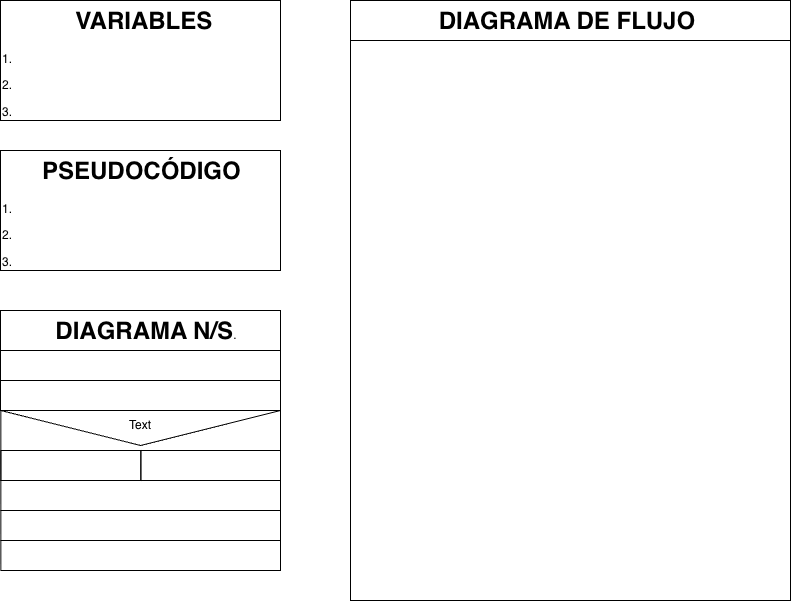
josecontrerasu-bit/jicu keeps this draw.io diagram as Estructuras Selectivas/ejercicio_03_JoseIgnacio.drawio.png. Above is the earlier version. Source tidied: cells renumbered, new cells last; positions are measured from the earlier drawing's top-left corner, leaving out a move shared by most shapes.
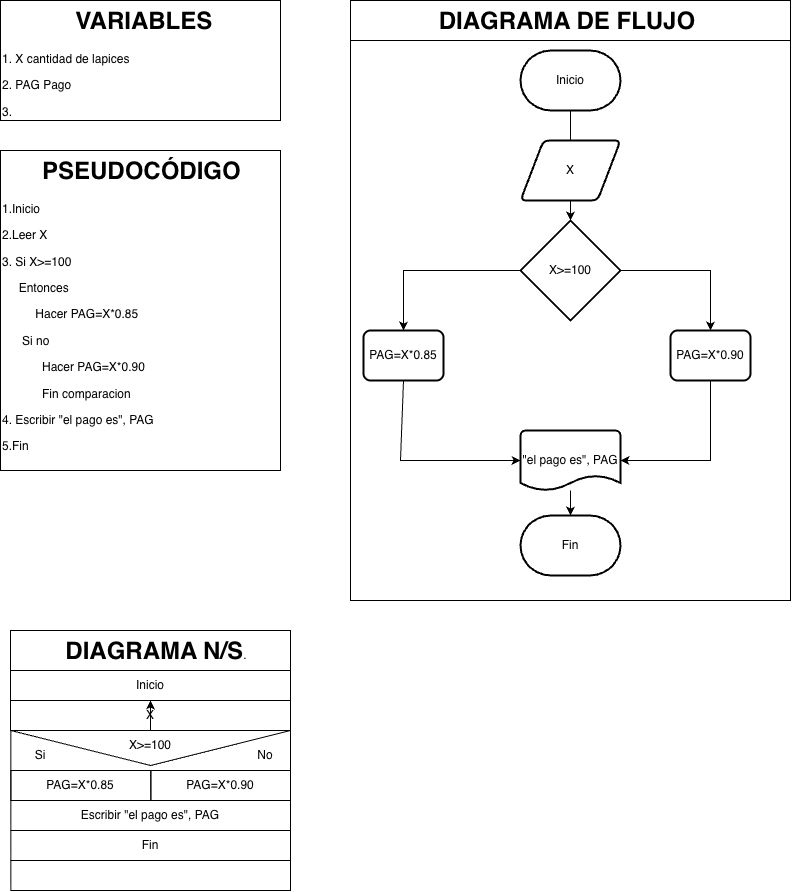
Later version of the same file.

The edit, as a diff of the source:
```diff
@@ -3,40 +3,43 @@
     <mxCell id="0" />
     <mxCell id="1" parent="0" />
     <mxCell id="2" style="shape=message;html=1;html=1;labelPosition=center;verticalLabelPosition=bottom;align=center;verticalAlign=top;rotation=0;fillColor=none;" parent="1" vertex="1">
-      <mxGeometry x="0.3" y="410" width="279.6" height="70" as="geometry" />
+      <mxGeometry x="10.4" y="730" width="279.6" height="70" as="geometry" />
     </mxCell>
-    <mxCell id="3" value="&lt;h1 style=&quot;text-align: center; margin-top: 0px;&quot;&gt;&amp;nbsp; &amp;nbsp; &amp;nbsp; PSEUDOCÓDIGO&lt;/h1&gt;&lt;p&gt;1.&lt;/p&gt;&lt;p&gt;2.&lt;/p&gt;&lt;p&gt;3.&lt;/p&gt;&lt;p&gt;4.&lt;/p&gt;&lt;p&gt;5.&lt;/p&gt;&lt;p&gt;&lt;br&gt;&lt;/p&gt;" style="text;html=1;whiteSpace=wrap;overflow=hidden;rounded=0;perimeterSpacing=1;strokeColor=default;" parent="1" vertex="1">
-      <mxGeometry y="150" width="280" height="120" as="geometry" />
+    <mxCell id="3" value="&lt;h1 style=&quot;text-align: center; margin-top: 0px;&quot;&gt;&amp;nbsp; &amp;nbsp; &amp;nbsp; PSEUDOCÓDIGO&lt;/h1&gt;&lt;p&gt;1.Inicio&lt;/p&gt;&lt;p&gt;2.Leer X&lt;/p&gt;&lt;p&gt;3. Si X&amp;gt;=100&lt;/p&gt;&lt;p&gt;&amp;nbsp; &amp;nbsp; &amp;nbsp;Entonces&amp;nbsp;&lt;/p&gt;&lt;p&gt;&amp;nbsp; &amp;nbsp; &amp;nbsp; &amp;nbsp; &amp;nbsp; Hacer PAG=X*0.85&lt;/p&gt;&lt;p&gt;&amp;nbsp; &amp;nbsp; &amp;nbsp; Si no&lt;/p&gt;&lt;p&gt;&amp;nbsp; &amp;nbsp; &amp;nbsp; &amp;nbsp; &amp;nbsp; &amp;nbsp; Hacer PAG=X*0.90&lt;/p&gt;&lt;p&gt;&amp;nbsp; &amp;nbsp; &amp;nbsp; &amp;nbsp; &amp;nbsp; &amp;nbsp; Fin comparacion&lt;/p&gt;&lt;p&gt;4. Escribir &quot;el pago es&quot;, PAG&lt;/p&gt;&lt;p&gt;5.Fin&lt;/p&gt;&lt;p&gt;&lt;br&gt;&lt;/p&gt;&lt;p&gt;3.&lt;/p&gt;&lt;p&gt;4.&lt;/p&gt;&lt;p&gt;5.&lt;/p&gt;&lt;p&gt;&lt;br&gt;&lt;/p&gt;" style="text;html=1;whiteSpace=wrap;overflow=hidden;rounded=0;perimeterSpacing=1;strokeColor=default;" parent="1" vertex="1">
+      <mxGeometry y="150" width="280" height="320" as="geometry" />
     </mxCell>
-    <mxCell id="4" value="&lt;h1 style=&quot;text-align: center; margin-top: 0px;&quot;&gt;&amp;nbsp; &amp;nbsp; &amp;nbsp; &amp;nbsp; &amp;nbsp; &amp;nbsp;VARIABLES&lt;/h1&gt;&lt;p&gt;1.&lt;/p&gt;&lt;p&gt;2.&lt;/p&gt;&lt;p&gt;3.&lt;/p&gt;&lt;p&gt;4.&lt;/p&gt;&lt;p&gt;5.&lt;/p&gt;&lt;p&gt;&lt;br&gt;&lt;/p&gt;" style="text;html=1;whiteSpace=wrap;overflow=hidden;rounded=0;perimeterSpacing=1;strokeColor=default;" parent="1" vertex="1">
+    <mxCell id="4" value="&lt;h1 style=&quot;text-align: center; margin-top: 0px;&quot;&gt;&amp;nbsp; &amp;nbsp; &amp;nbsp; &amp;nbsp; &amp;nbsp; &amp;nbsp;VARIABLES&lt;/h1&gt;&lt;p&gt;1. X cantidad de lapices&amp;nbsp;&lt;/p&gt;&lt;p&gt;2. PAG Pago&lt;/p&gt;&lt;p&gt;3.&amp;nbsp;&lt;/p&gt;&lt;p&gt;4.&lt;/p&gt;&lt;p&gt;5.&lt;/p&gt;&lt;p&gt;&lt;br&gt;&lt;/p&gt;" style="text;html=1;whiteSpace=wrap;overflow=hidden;rounded=0;perimeterSpacing=1;strokeColor=default;" parent="1" vertex="1">
       <mxGeometry width="280" height="120" as="geometry" />
     </mxCell>
     <mxCell id="5" value="&lt;h1 style=&quot;text-align: center; margin-top: 0px;&quot;&gt;&amp;nbsp; &amp;nbsp; &amp;nbsp; &amp;nbsp; DIAGRAMA N/S&lt;span style=&quot;background-color: transparent; color: light-dark(rgb(0, 0, 0), rgb(255, 255, 255)); font-size: 12px; font-weight: normal; text-align: left;&quot;&gt;.&lt;/span&gt;&lt;/h1&gt;&lt;p&gt;&lt;br&gt;&lt;/p&gt;" style="text;html=1;whiteSpace=wrap;overflow=hidden;rounded=0;perimeterSpacing=1;strokeColor=default;" parent="1" vertex="1">
-      <mxGeometry y="310" width="280" height="40" as="geometry" />
+      <mxGeometry x="10" y="630" width="280" height="40" as="geometry" />
     </mxCell>
-    <mxCell id="6" style="rounded=0;whiteSpace=wrap;html=1;fillColor=none;" parent="1" vertex="1">
-      <mxGeometry y="350" width="280" height="30" as="geometry" />
+    <mxCell id="6" value="Inicio" style="rounded=0;whiteSpace=wrap;html=1;fillColor=none;" parent="1" vertex="1">
+      <mxGeometry x="10" y="670" width="280" height="30" as="geometry" />
     </mxCell>
-    <mxCell id="7" style="rounded=0;whiteSpace=wrap;html=1;fillColor=none;" parent="1" vertex="1">
-      <mxGeometry y="380" width="280" height="30" as="geometry" />
+    <mxCell id="7" value="X" style="rounded=0;whiteSpace=wrap;html=1;fillColor=none;" parent="1" vertex="1">
+      <mxGeometry x="10" y="700" width="280" height="30" as="geometry" />
     </mxCell>
-    <mxCell id="8" style="rounded=0;whiteSpace=wrap;html=1;fillColor=none;" parent="1" vertex="1">
-      <mxGeometry x="0.3" y="480" width="279.6" height="30" as="geometry" />
+    <mxCell id="8" value="&lt;span style=&quot;text-align: left;&quot;&gt;Escribir &quot;el pago es&quot;, PAG&lt;/span&gt;" style="rounded=0;whiteSpace=wrap;html=1;fillColor=none;" parent="1" vertex="1">
+      <mxGeometry x="10.4" y="800" width="279.6" height="30" as="geometry" />
     </mxCell>
-    <mxCell id="9" style="rounded=0;whiteSpace=wrap;html=1;fillColor=none;" parent="1" vertex="1">
-      <mxGeometry x="0.3" y="510" width="279.6" height="30" as="geometry" />
+    <mxCell id="9" value="Fin" style="rounded=0;whiteSpace=wrap;html=1;fillColor=none;" parent="1" vertex="1">
+      <mxGeometry x="10.4" y="830" width="279.6" height="30" as="geometry" />
     </mxCell>
     <mxCell id="10" style="rounded=0;whiteSpace=wrap;html=1;fillColor=none;" parent="1" vertex="1">
-      <mxGeometry x="0.3" y="540" width="279.6" height="30" as="geometry" />
+      <mxGeometry x="10.4" y="860" width="279.6" height="30" as="geometry" />
     </mxCell>
-    <mxCell id="11" style="rounded=0;whiteSpace=wrap;html=1;fillColor=none;" parent="1" vertex="1">
-      <mxGeometry x="0.4" y="450" width="140" height="30" as="geometry" />
+    <mxCell id="11" value="&lt;span style=&quot;text-align: left;&quot;&gt;PAG=X*0.85&lt;/span&gt;" style="rounded=0;whiteSpace=wrap;html=1;fillColor=none;" parent="1" vertex="1">
+      <mxGeometry x="10.4" y="770" width="140" height="30" as="geometry" />
     </mxCell>
-    <mxCell id="12" style="rounded=0;whiteSpace=wrap;html=1;fillColor=none;" parent="1" vertex="1">
-      <mxGeometry x="140.3" y="450" width="139.7" height="30" as="geometry" />
+    <mxCell id="12" value="&lt;span style=&quot;text-align: left;&quot;&gt;PAG=X*0.90&lt;/span&gt;" style="rounded=0;whiteSpace=wrap;html=1;fillColor=none;" parent="1" vertex="1">
+      <mxGeometry x="150.3" y="770" width="139.7" height="30" as="geometry" />
     </mxCell>
+    <mxCell id="16" style="edgeStyle=orthogonalEdgeStyle;rounded=0;jettySize=auto;html=1;" parent="1" edge="1" source="13" target="6">
+      <mxGeometry relative="1" as="geometry" />
+    </mxCell>
-    <mxCell id="13" value="Text" style="text;html=1;whiteSpace=wrap;strokeColor=none;fillColor=none;align=center;verticalAlign=middle;rounded=0;" parent="1" vertex="1">
-      <mxGeometry x="115" y="410" width="50" height="30" as="geometry" />
+    <mxCell id="13" value="X&amp;gt;=100" style="text;html=1;whiteSpace=wrap;strokeColor=none;fillColor=none;align=center;verticalAlign=middle;rounded=0;" parent="1" vertex="1">
+      <mxGeometry x="115" y="730" width="70" height="30" as="geometry" />
     </mxCell>
     <mxCell id="14" value="&lt;h1 style=&quot;text-align: center; margin-top: 0px;&quot;&gt;&amp;nbsp; &amp;nbsp; &amp;nbsp; &amp;nbsp; &amp;nbsp; &amp;nbsp; &amp;nbsp;DIAGRAMA DE FLUJO&lt;/h1&gt;&lt;p&gt;&lt;br&gt;&lt;/p&gt;" style="text;html=1;whiteSpace=wrap;overflow=hidden;rounded=0;perimeterSpacing=1;strokeColor=default;" parent="1" vertex="1">
       <mxGeometry x="350" width="440" height="40" as="geometry" />
@@ -44,5 +47,58 @@
     <mxCell id="15" style="rounded=0;whiteSpace=wrap;html=1;fillColor=none;" parent="1" vertex="1">
       <mxGeometry x="350" y="40" width="440" height="560" as="geometry" />
     </mxCell>
+    <mxCell id="17" value="Si" style="text;html=1;whiteSpace=wrap;strokeColor=none;fillColor=none;align=center;verticalAlign=middle;rounded=0;" parent="1" vertex="1">
+      <mxGeometry x="25" y="740" width="30" height="30" as="geometry" />
+    </mxCell>
+    <mxCell id="18" value="No" style="text;html=1;whiteSpace=wrap;strokeColor=none;fillColor=none;align=center;verticalAlign=middle;rounded=0;" parent="1" vertex="1">
+      <mxGeometry x="245" y="740" width="40" height="30" as="geometry" />
+    </mxCell>
+    <mxCell id="19" style="edgeStyle=orthogonalEdgeStyle;rounded=0;jettySize=auto;html=1;" parent="1" edge="1" source="20" target="24">
+      <mxGeometry relative="1" as="geometry" />
+    </mxCell>
+    <mxCell id="20" value="Inicio" style="strokeWidth=2;html=1;shape=mxgraph.flowchart.terminator;whiteSpace=wrap;" parent="1" vertex="1">
+      <mxGeometry x="520" y="50" width="100" height="60" as="geometry" />
+    </mxCell>
+    <mxCell id="21" value="X" style="shape=parallelogram;html=1;strokeWidth=2;perimeter=parallelogramPerimeter;whiteSpace=wrap;rounded=1;arcSize=12;size=0.23;" parent="1" vertex="1">
+      <mxGeometry x="520" y="140" width="100" height="60" as="geometry" />
+    </mxCell>
+    <mxCell id="22" style="edgeStyle=orthogonalEdgeStyle;rounded=0;jettySize=auto;html=1;" parent="1" edge="1" source="24" target="25">
+      <mxGeometry relative="1" as="geometry" />
+    </mxCell>
+    <mxCell id="23" style="edgeStyle=orthogonalEdgeStyle;rounded=0;jettySize=auto;html=1;" parent="1" edge="1" source="24" target="26">
+      <mxGeometry relative="1" as="geometry" />
+    </mxCell>
+    <mxCell id="24" value="X&amp;gt;=100" style="strokeWidth=2;html=1;shape=mxgraph.flowchart.decision;whiteSpace=wrap;" parent="1" vertex="1">
+      <mxGeometry x="520" y="220" width="100" height="100" as="geometry" />
+    </mxCell>
+    <mxCell id="25" value="&lt;span style=&quot;text-align: left;&quot;&gt;PAG=X*0.85&lt;/span&gt;" style="rounded=1;whiteSpace=wrap;html=1;absoluteArcSize=1;arcSize=14;strokeWidth=2;" parent="1" vertex="1">
+      <mxGeometry x="363" y="330" width="80" height="50" as="geometry" />
+    </mxCell>
+    <mxCell id="26" value="&lt;span style=&quot;text-align: left;&quot;&gt;PAG=X*0.90&lt;/span&gt;" style="rounded=1;whiteSpace=wrap;html=1;absoluteArcSize=1;arcSize=14;strokeWidth=2;" parent="1" vertex="1">
+      <mxGeometry x="670" y="330" width="80" height="50" as="geometry" />
+    </mxCell>
+    <mxCell id="27" style="edgeStyle=orthogonalEdgeStyle;rounded=0;jettySize=auto;html=1;" parent="1" edge="1" source="28" target="31">
+      <mxGeometry relative="1" as="geometry" />
+    </mxCell>
+    <mxCell id="28" value="&lt;span style=&quot;text-align: left;&quot;&gt;&quot;el pago es&quot;, PAG&lt;/span&gt;" style="strokeWidth=2;html=1;shape=mxgraph.flowchart.document2;whiteSpace=wrap;size=0.25;" parent="1" vertex="1">
+      <mxGeometry x="520" y="430" width="100" height="60" as="geometry" />
+    </mxCell>
+    <mxCell id="29" style="endArrow=classic;html=1;rounded=0;entryX=0;entryY=0.5;entryDx=0;entryDy=0;entryPerimeter=0;exitX=0.5;exitY=1;exitDx=0;exitDy=0;" parent="1" edge="1" source="25" target="28">
+      <mxGeometry relative="1" as="geometry">
+        <Array as="points">
+          <mxPoint x="400" y="460" />
+        </Array>
+      </mxGeometry>
+    </mxCell>
+    <mxCell id="30" style="endArrow=classic;html=1;rounded=0;entryX=1;entryY=0.5;entryDx=0;entryDy=0;entryPerimeter=0;exitX=0.5;exitY=1;exitDx=0;exitDy=0;" parent="1" edge="1" source="26" target="28">
+      <mxGeometry relative="1" as="geometry">
+        <Array as="points">
+          <mxPoint x="710" y="460" />
+        </Array>
+      </mxGeometry>
+    </mxCell>
+    <mxCell id="31" value="Fin" style="strokeWidth=2;html=1;shape=mxgraph.flowchart.terminator;whiteSpace=wrap;" parent="1" vertex="1">
+      <mxGeometry x="520" y="515" width="100" height="60" as="geometry" />
+    </mxCell>
   </root>
 </mxGraphModel>
```
